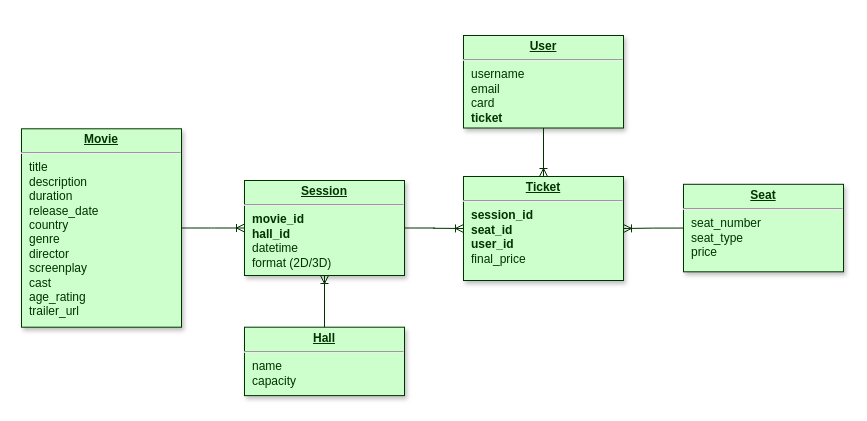
Gidcher/cinema keeps this draw.io diagram as Схема_сущностей_кинотеатра.drawio. Above is the earlier version. Source tidied: cells renumbered, new cells numbered last; positions are measured from the earlier drawing's top-left corner, leaving out a move shared by most shapes. Both pictures are drawn from the tidied source at 100%, with x=0, y=0 at pixel (21, 35).
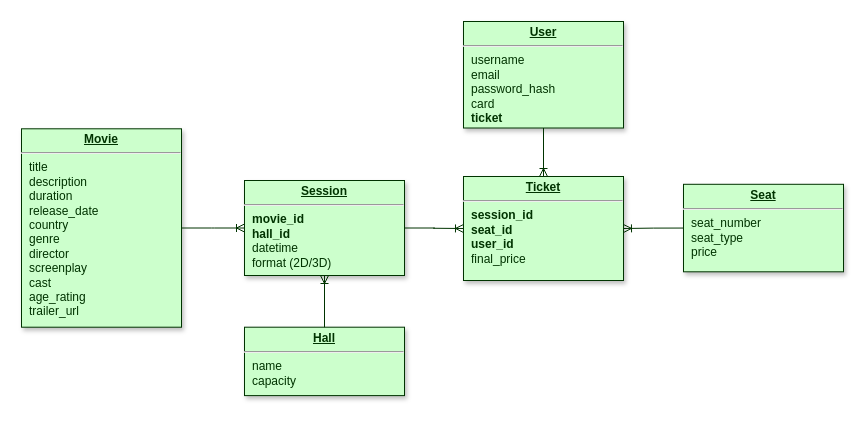
The same diagram, later.

Commit message (it also covers changes not shown here):
Password Hash

Diff of the diagram source:
```diff
@@
 <mxGraphModel>
   <root>
     <mxCell id="0" />
     <mxCell id="1" parent="0" />
     <mxCell id="2" value="&lt;p style=&quot;margin: 4px 0px 0px; text-align: center;&quot;&gt;&lt;b&gt;&lt;u&gt;Ticket&lt;/u&gt;&lt;/b&gt;&lt;/p&gt;&lt;hr&gt;&lt;p style=&quot;margin: 0px; margin-left: 8px;&quot;&gt;&lt;b&gt;session_id&lt;/b&gt;&lt;/p&gt;&lt;p style=&quot;margin: 0px; margin-left: 8px;&quot;&gt;&lt;b&gt;seat_id&lt;/b&gt;&lt;/p&gt;&lt;p style=&quot;margin: 0px; margin-left: 8px;&quot;&gt;&lt;b&gt;user_id&lt;/b&gt;&lt;/p&gt;&lt;p style=&quot;margin: 0px; margin-left: 8px;&quot;&gt;final_price&lt;/p&gt;" style="verticalAlign=top;align=left;overflow=fill;fontSize=12;fontFamily=Helvetica;html=1;strokeColor=#003300;shadow=1;fillColor=#CCFFCC;fontColor=#003300;" parent="1" vertex="1">
       <mxGeometry x="442" y="141" width="160" height="104" as="geometry" />
     </mxCell>
     <mxCell id="3" value="&lt;p style=&quot;margin: 4px 0px 0px; text-align: center;&quot;&gt;&lt;b&gt;&lt;u&gt;Session&lt;/u&gt;&lt;/b&gt;&lt;/p&gt;&lt;hr&gt;&lt;p style=&quot;margin: 0px; margin-left: 8px;&quot;&gt;&lt;b&gt;movie_id&lt;/b&gt;&lt;/p&gt;&lt;p style=&quot;margin: 0px; margin-left: 8px;&quot;&gt;&lt;b&gt;hall_id&lt;/b&gt;&lt;/p&gt;&lt;p style=&quot;margin: 0px; margin-left: 8px;&quot;&gt;datetime&lt;/p&gt;&lt;p style=&quot;margin: 0px; margin-left: 8px;&quot;&gt;format (2D/3D)&lt;/p&gt;" style="verticalAlign=top;align=left;overflow=fill;fontSize=12;fontFamily=Helvetica;html=1;strokeColor=#003300;shadow=1;fillColor=#CCFFCC;fontColor=#003300;" parent="1" vertex="1">
       <mxGeometry x="223" y="145" width="160" height="95" as="geometry" />
     </mxCell>
     <mxCell id="4" value="&lt;p style=&quot;margin: 4px 0px 0px; text-align: center;&quot;&gt;&lt;b&gt;&lt;u&gt;Movie&lt;/u&gt;&lt;/b&gt;&lt;/p&gt;&lt;hr&gt;&lt;p style=&quot;margin: 0px; margin-left: 8px;&quot;&gt;title&lt;/p&gt;&lt;p style=&quot;margin: 0px; margin-left: 8px;&quot;&gt;description&lt;/p&gt;&lt;p style=&quot;margin: 0px; margin-left: 8px;&quot;&gt;duration&lt;/p&gt;&lt;p style=&quot;margin: 0px; margin-left: 8px;&quot;&gt;release_date&lt;/p&gt;&lt;p style=&quot;margin: 0px; margin-left: 8px;&quot;&gt;country&lt;/p&gt;&lt;p style=&quot;margin: 0px; margin-left: 8px;&quot;&gt;genre&lt;/p&gt;&lt;p style=&quot;margin: 0px; margin-left: 8px;&quot;&gt;director&lt;/p&gt;&lt;p style=&quot;margin: 0px; margin-left: 8px;&quot;&gt;screenplay&lt;/p&gt;&lt;p style=&quot;margin: 0px; margin-left: 8px;&quot;&gt;cast&lt;/p&gt;&lt;p style=&quot;margin: 0px; margin-left: 8px;&quot;&gt;age_rating&lt;/p&gt;&lt;p style=&quot;margin: 0px; margin-left: 8px;&quot;&gt;trailer_url&lt;/p&gt;" style="verticalAlign=top;align=left;overflow=fill;fontSize=12;fontFamily=Helvetica;html=1;strokeColor=#003300;shadow=1;fillColor=#CCFFCC;fontColor=#003300;" parent="1" vertex="1">
       <mxGeometry y="93.3" width="160" height="198.4" as="geometry" />
     </mxCell>
     <mxCell id="5" value="&lt;p style=&quot;margin: 4px 0px 0px; text-align: center;&quot;&gt;&lt;b&gt;&lt;u&gt;Hall&lt;/u&gt;&lt;/b&gt;&lt;/p&gt;&lt;hr&gt;&lt;p style=&quot;margin: 0px; margin-left: 8px;&quot;&gt;name&lt;/p&gt;&lt;p style=&quot;margin: 0px; margin-left: 8px;&quot;&gt;capacity&lt;/p&gt;" style="verticalAlign=top;align=left;overflow=fill;fontSize=12;fontFamily=Helvetica;html=1;strokeColor=#003300;shadow=1;fillColor=#CCFFCC;fontColor=#003300;" parent="1" vertex="1">
       <mxGeometry x="223" y="291.7" width="160" height="68.4" as="geometry" />
     </mxCell>
     <mxCell id="6" value="&lt;p style=&quot;margin: 4px 0px 0px; text-align: center;&quot;&gt;&lt;b&gt;&lt;u&gt;Seat&lt;/u&gt;&lt;/b&gt;&lt;/p&gt;&lt;hr&gt;&lt;p style=&quot;margin: 0px; margin-left: 8px;&quot;&gt;seat_number&lt;/p&gt;&lt;p style=&quot;margin: 0px; margin-left: 8px;&quot;&gt;seat_type&lt;/p&gt;&lt;p style=&quot;margin: 0px; margin-left: 8px;&quot;&gt;price&lt;/p&gt;&lt;p style=&quot;margin: 0px; margin-left: 8px;&quot;&gt;&lt;br&gt;&lt;/p&gt;" style="verticalAlign=top;align=left;overflow=fill;fontSize=12;fontFamily=Helvetica;html=1;strokeColor=#003300;shadow=1;fillColor=#CCFFCC;fontColor=#003300;" parent="1" vertex="1">
       <mxGeometry x="662" y="148.8" width="160" height="87.5" as="geometry" />
     </mxCell>
-    <mxCell id="7" value="&lt;p style=&quot;margin: 0px; margin-top: 4px; text-align: center; text-decoration: underline;&quot;&gt;&lt;b&gt;User&lt;/b&gt;&lt;/p&gt;&lt;hr&gt;&lt;p style=&quot;margin: 0px; margin-left: 8px;&quot;&gt;username&lt;/p&gt;&lt;p style=&quot;margin: 0px; margin-left: 8px;&quot;&gt;email&lt;/p&gt;&lt;p style=&quot;margin: 0px; margin-left: 8px;&quot;&gt;card&lt;/p&gt;&lt;p style=&quot;margin: 0px; margin-left: 8px;&quot;&gt;&lt;b&gt;ticket&lt;/b&gt;&lt;/p&gt;&lt;p style=&quot;margin: 0px; margin-left: 8px;&quot;&gt;&lt;br&gt;&lt;/p&gt;" style="verticalAlign=top;align=left;overflow=fill;fontSize=12;fontFamily=Helvetica;html=1;strokeColor=#003300;shadow=1;fillColor=#CCFFCC;fontColor=#003300;" parent="1" vertex="1">
-      <mxGeometry x="442" width="160" height="92.5" as="geometry" />
+    <mxCell id="7" value="&lt;p style=&quot;margin: 0px; margin-top: 4px; text-align: center; text-decoration: underline;&quot;&gt;&lt;b&gt;User&lt;/b&gt;&lt;/p&gt;&lt;hr&gt;&lt;p style=&quot;margin: 0px; margin-left: 8px;&quot;&gt;username&lt;/p&gt;&lt;p style=&quot;margin: 0px; margin-left: 8px;&quot;&gt;email&lt;/p&gt;&lt;p style=&quot;margin: 0px; margin-left: 8px;&quot;&gt;password_hash&lt;/p&gt;&lt;p style=&quot;margin: 0px; margin-left: 8px;&quot;&gt;card&lt;/p&gt;&lt;p style=&quot;margin: 0px; margin-left: 8px;&quot;&gt;&lt;b&gt;ticket&lt;/b&gt;&lt;/p&gt;&lt;p style=&quot;margin: 0px; margin-left: 8px;&quot;&gt;&lt;br&gt;&lt;/p&gt;" style="verticalAlign=top;align=left;overflow=fill;fontSize=12;fontFamily=Helvetica;html=1;strokeColor=#003300;shadow=1;fillColor=#CCFFCC;fontColor=#003300;" parent="1" vertex="1">
+      <mxGeometry x="442" y="-14" width="160" height="106.5" as="geometry" />
     </mxCell>
     <mxCell id="8" style="edgeStyle=entityRelationEdgeStyle;fontSize=12;html=1;endArrow=ERoneToMany;rounded=0;exitX=1;exitY=0.5;exitDx=0;exitDy=0;entryX=0;entryY=0.5;entryDx=0;entryDy=0;fillColor=#CCFFCC;strokeColor=#003300;fontColor=#003300;" parent="1" edge="1" source="4" target="3">
       <mxGeometry relative="1" as="geometry" />
     </mxCell>
     <mxCell id="9" style="edgeStyle=orthogonalEdgeStyle;fontSize=12;html=1;endArrow=ERoneToMany;rounded=0;exitX=0.5;exitY=1;exitDx=0;exitDy=0;entryX=0.5;entryY=0;entryDx=0;entryDy=0;fillColor=#CCFFCC;strokeColor=#003300;fontColor=#003300;" parent="1" edge="1" source="7" target="2">
       <mxGeometry relative="1" as="geometry" />
     </mxCell>
     <mxCell id="10" style="edgeStyle=orthogonalEdgeStyle;fontSize=12;html=1;endArrow=ERoneToMany;rounded=0;exitX=0;exitY=0.5;exitDx=0;exitDy=0;entryX=1;entryY=0.5;entryDx=0;entryDy=0;fillColor=#CCFFCC;strokeColor=#003300;fontColor=#003300;" parent="1" edge="1" source="6" target="2">
       <mxGeometry relative="1" as="geometry" />
     </mxCell>
     <mxCell id="11" style="edgeStyle=orthogonalEdgeStyle;fontSize=12;html=1;endArrow=ERoneToMany;rounded=0;exitX=0.5;exitY=0;exitDx=0;exitDy=0;entryX=0.5;entryY=1;entryDx=0;entryDy=0;fillColor=#CCFFCC;strokeColor=#003300;fontColor=#003300;" parent="1" edge="1" source="5" target="3">
       <mxGeometry relative="1" as="geometry" />
     </mxCell>
     <mxCell id="12" style="edgeStyle=entityRelationEdgeStyle;fontSize=12;html=1;endArrow=ERoneToMany;rounded=0;entryX=0;entryY=0.5;entryDx=0;entryDy=0;exitX=1;exitY=0.5;exitDx=0;exitDy=0;fillColor=#CCFFCC;strokeColor=#003300;fontColor=#003300;" parent="1" edge="1" source="3" target="2">
       <mxGeometry relative="1" as="geometry" />
     </mxCell>
   </root>
 </mxGraphModel>
```
